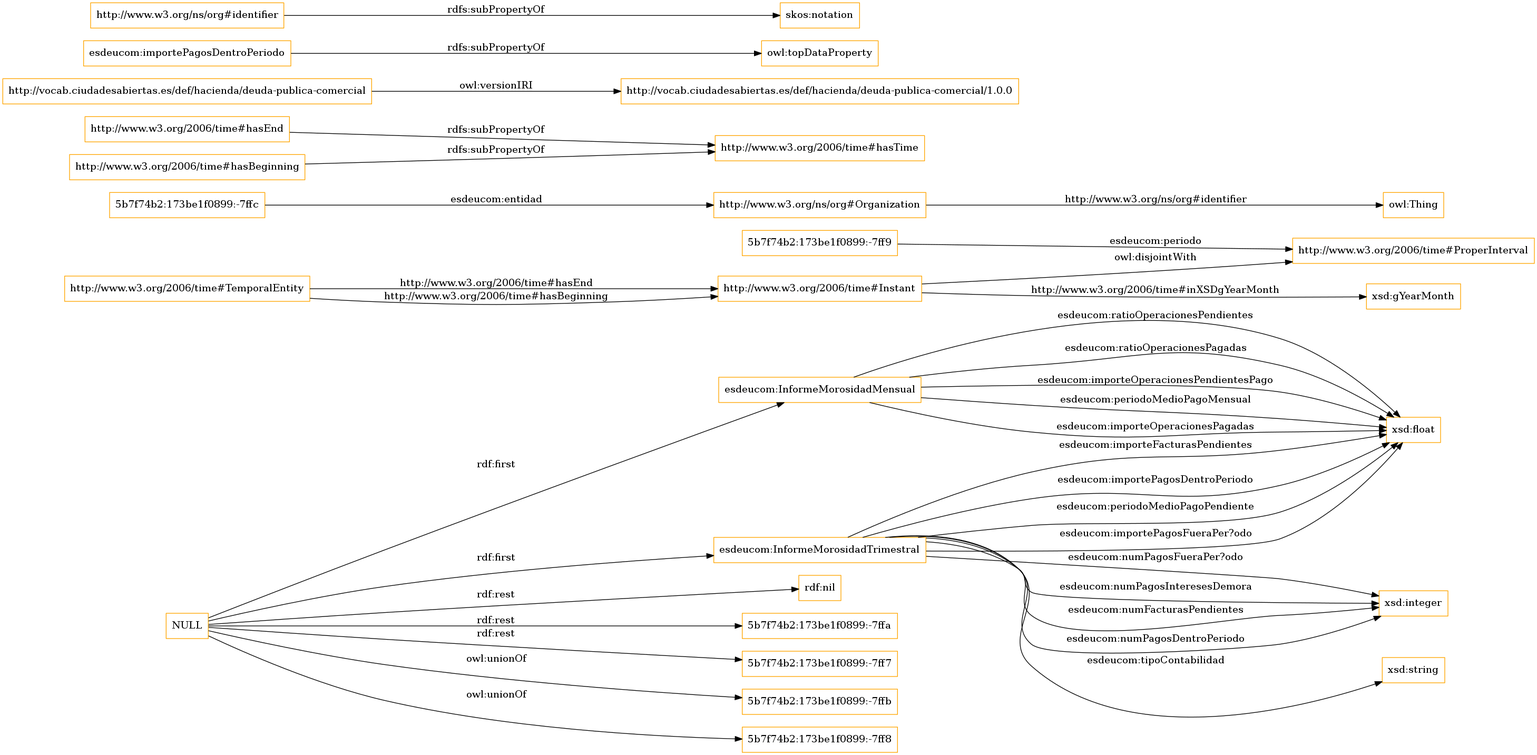
This is OnToology/ontology/deudaPublicaComercial.owl/diagrams/ar2dtool-class/deudaPublicaComercial.owl.png from leticiarubalcabadg/vocab-economia-deuda-comercial, a Graphviz export, as it was before one commit. Its source is kept beside it as OnToology/ontology/deudaPublicaComercial.owl/diagrams/ar2dtool-class/deudaPublicaComercial.owl.png.dot.
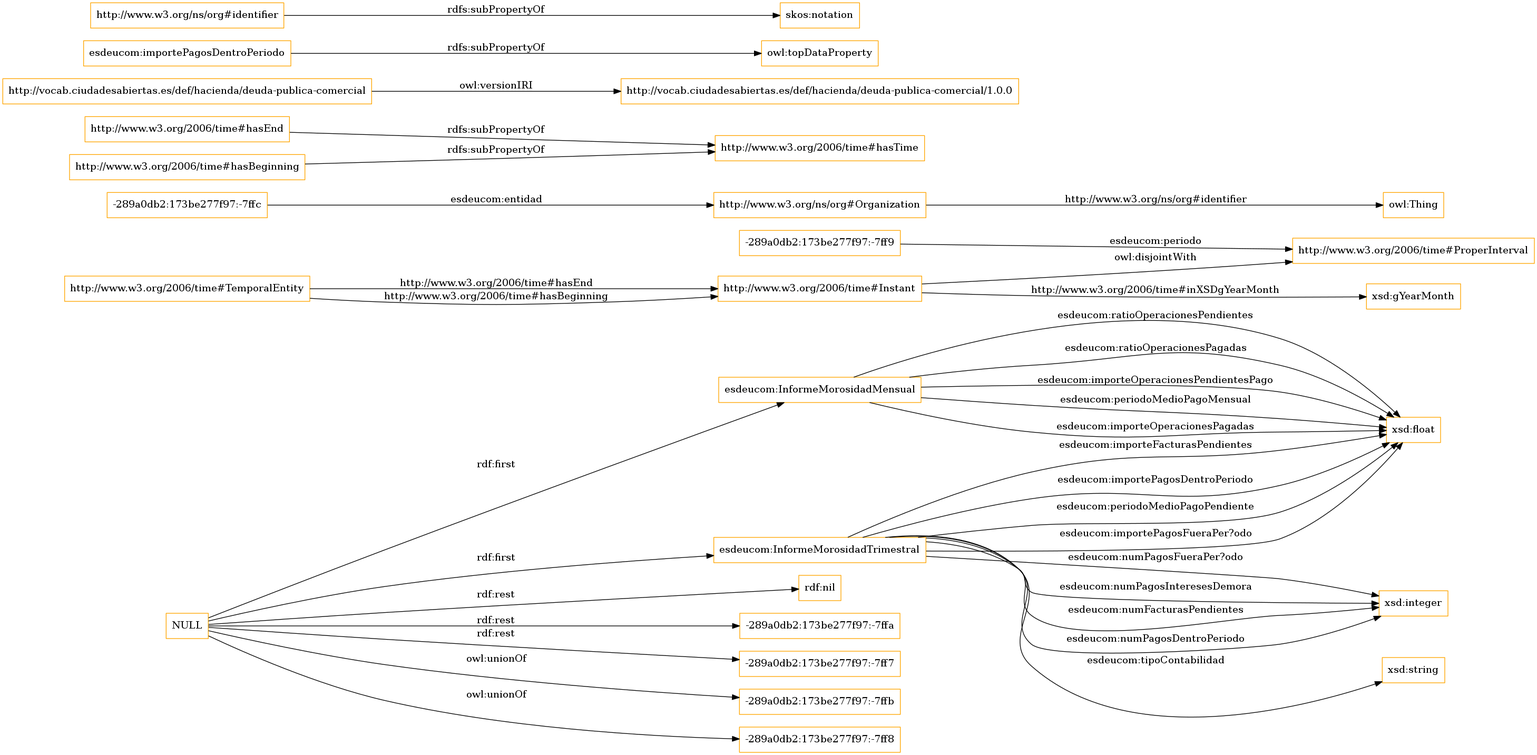
The same file after the commit.

The edit, as a diff of the source:
```diff
@@ -1,7 +1,7 @@
 digraph ar2dtool_diagram {
 rankdir=LR;
 size="1501"
-node [shape = rectangle, color="orange"]; "esdeucom:InformeMorosidadMensual" "esdeucom:InformeMorosidadTrimestral" "http://www.w3.org/2006/time#ProperInterval" "5b7f74b2:173be1f0899:-7ffc" "5b7f74b2:173be1f0899:-7ff9" "http://www.w3.org/2006/time#TemporalEntity" "http://www.w3.org/ns/org#Organization" "http://www.w3.org/2006/time#Instant" ; /*classes style*/
+node [shape = rectangle, color="orange"]; "esdeucom:InformeMorosidadMensual" "esdeucom:InformeMorosidadTrimestral" "http://www.w3.org/2006/time#ProperInterval" "-289a0db2:173be277f97:-7ffc" "http://www.w3.org/2006/time#TemporalEntity" "-289a0db2:173be277f97:-7ff9" "http://www.w3.org/ns/org#Organization" "http://www.w3.org/2006/time#Instant" ; /*classes style*/
 	"http://www.w3.org/2006/time#hasEnd" -> "http://www.w3.org/2006/time#hasTime" [ label = "rdfs:subPropertyOf" ];
 	"http://vocab.ciudadesabiertas.es/def/hacienda/deuda-publica-comercial" -> "http://vocab.ciudadesabiertas.es/def/hacienda/deuda-publica-comercial/1.0.0" [ label = "owl:versionIRI" ];
 	"http://www.w3.org/2006/time#Instant" -> "http://www.w3.org/2006/time#ProperInterval" [ label = "owl:disjointWith" ];
@@ -10,11 +10,11 @@
 	"http://www.w3.org/ns/org#identifier" -> "skos:notation" [ label = "rdfs:subPropertyOf" ];
 	"NULL" -> "rdf:nil" [ label = "rdf:rest" ];
 	"NULL" -> "esdeucom:InformeMorosidadTrimestral" [ label = "rdf:first" ];
-	"NULL" -> "5b7f74b2:173be1f0899:-7ffa" [ label = "rdf:rest" ];
-	"NULL" -> "5b7f74b2:173be1f0899:-7ff7" [ label = "rdf:rest" ];
+	"NULL" -> "-289a0db2:173be277f97:-7ffa" [ label = "rdf:rest" ];
+	"NULL" -> "-289a0db2:173be277f97:-7ff7" [ label = "rdf:rest" ];
 	"NULL" -> "esdeucom:InformeMorosidadMensual" [ label = "rdf:first" ];
-	"NULL" -> "5b7f74b2:173be1f0899:-7ffb" [ label = "owl:unionOf" ];
-	"NULL" -> "5b7f74b2:173be1f0899:-7ff8" [ label = "owl:unionOf" ];
+	"NULL" -> "-289a0db2:173be277f97:-7ffb" [ label = "owl:unionOf" ];
+	"NULL" -> "-289a0db2:173be277f97:-7ff8" [ label = "owl:unionOf" ];
 	"esdeucom:InformeMorosidadMensual" -> "xsd:float" [ label = "esdeucom:ratioOperacionesPendientes" ];
 	"esdeucom:InformeMorosidadTrimestral" -> "xsd:integer" [ label = "esdeucom:numPagosFueraPer?odo" ];
 	"http://www.w3.org/2006/time#TemporalEntity" -> "http://www.w3.org/2006/time#Instant" [ label = "http://www.w3.org/2006/time#hasEnd" ];
@@ -26,9 +26,9 @@
 	"esdeucom:InformeMorosidadTrimestral" -> "xsd:float" [ label = "esdeucom:importePagosDentroPeriodo" ];
 	"http://www.w3.org/2006/time#TemporalEntity" -> "http://www.w3.org/2006/time#Instant" [ label = "http://www.w3.org/2006/time#hasBeginning" ];
 	"esdeucom:InformeMorosidadTrimestral" -> "xsd:float" [ label = "esdeucom:periodoMedioPagoPendiente" ];
-	"5b7f74b2:173be1f0899:-7ffc" -> "http://www.w3.org/ns/org#Organization" [ label = "esdeucom:entidad" ];
+	"-289a0db2:173be277f97:-7ffc" -> "http://www.w3.org/ns/org#Organization" [ label = "esdeucom:entidad" ];
 	"esdeucom:InformeMorosidadMensual" -> "xsd:float" [ label = "esdeucom:importeOperacionesPendientesPago" ];
-	"5b7f74b2:173be1f0899:-7ff9" -> "http://www.w3.org/2006/time#ProperInterval" [ label = "esdeucom:periodo" ];
+	"-289a0db2:173be277f97:-7ff9" -> "http://www.w3.org/2006/time#ProperInterval" [ label = "esdeucom:periodo" ];
 	"http://www.w3.org/ns/org#Organization" -> "owl:Thing" [ label = "http://www.w3.org/ns/org#identifier" ];
 	"esdeucom:InformeMorosidadTrimestral" -> "xsd:float" [ label = "esdeucom:importePagosFueraPer?odo" ];
 	"esdeucom:InformeMorosidadMensual" -> "xsd:float" [ label = "esdeucom:periodoMedioPagoMensual" ];
```
